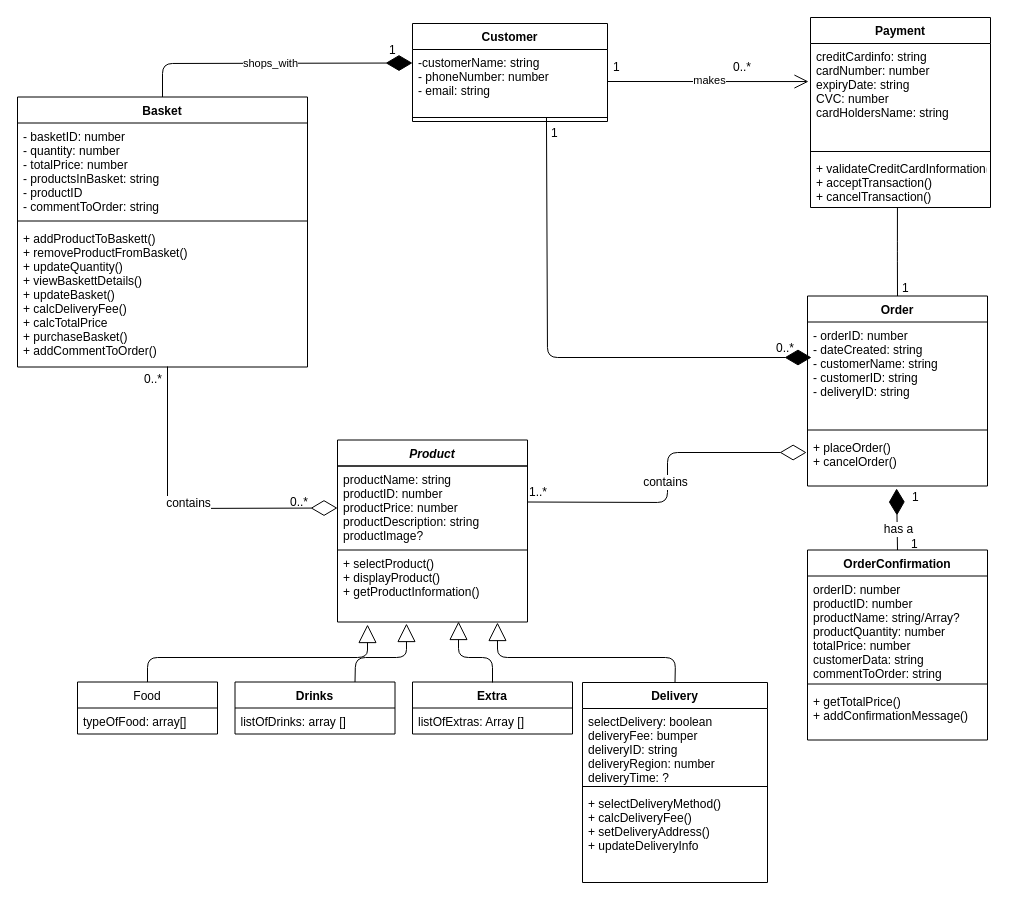
akpe19ab/Sloth-Systems keeps this draw.io diagram as Untitled Diagram.drawio. Above is the earlier version. Source tidied: cells renumbered, new cells numbered last; positions are measured from the earlier drawing's top-left corner, leaving out a move shared by most shapes. Both pictures are drawn from the tidied source at 100%, with x=0, y=0 at pixel (17, 17).
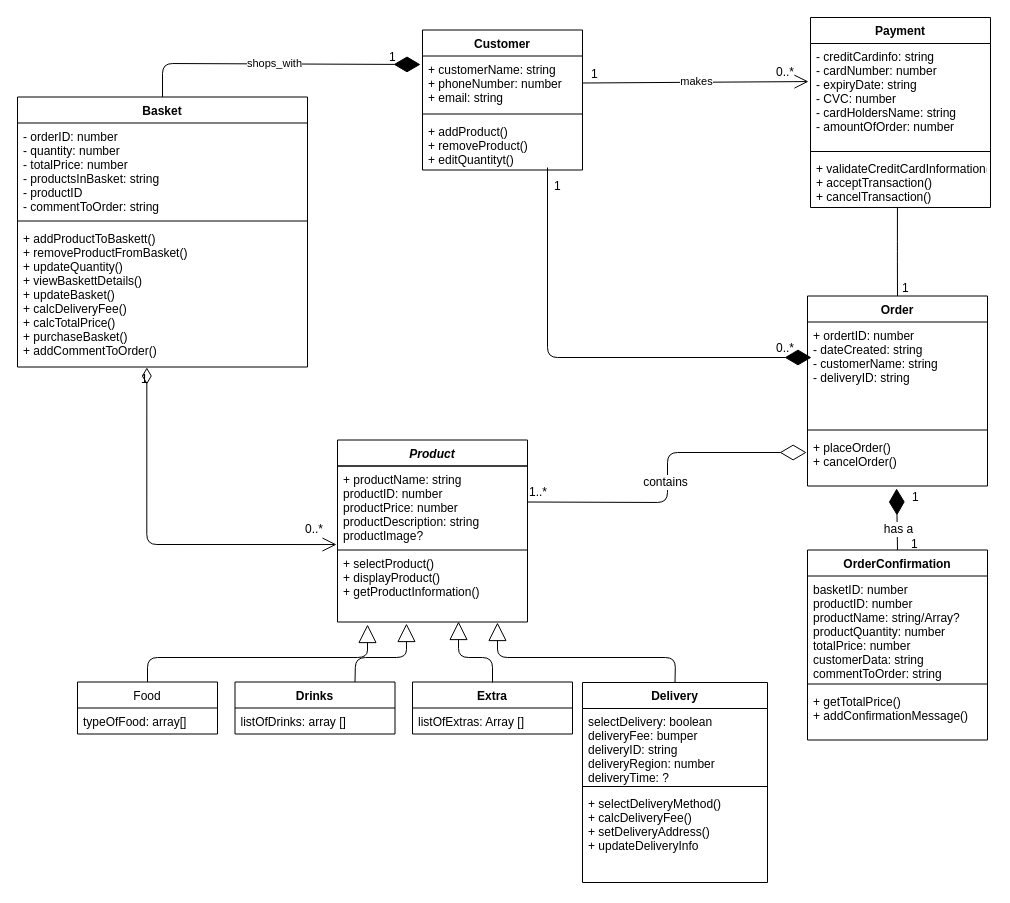
The same diagram, later.

The change refers to these unchanged cells:
```xml
<mxCell id="5" value="Product" style="swimlane;fontStyle=3;align=center;verticalAlign=top;horizontal=1;startSize=26;" parent="1" vertex="1">
  <mxGeometry x="320" y="422.5" width="190" height="182" as="geometry" />
</mxCell>
<mxCell id="8" value="Basket" style="swimlane;fontStyle=1;align=center;verticalAlign=top;horizontal=1;startSize=26;" parent="1" vertex="1">
  <mxGeometry y="79.5" width="290" height="270" as="geometry" />
</mxCell>
<mxCell id="12" value="Payment" style="swimlane;fontStyle=1;align=center;verticalAlign=top;horizontal=1;startSize=26;strokeColor=#000000;" parent="1" vertex="1">
  <mxGeometry x="793" width="180" height="190" as="geometry" />
</mxCell>
<mxCell id="27" value="Order" style="swimlane;fontStyle=1;align=center;verticalAlign=top;horizontal=1;startSize=26;strokeColor=#000000;" parent="1" vertex="1">
  <mxGeometry x="790" y="278.5" width="180" height="190" as="geometry" />
</mxCell>
<mxCell id="31" value="OrderConfirmation" style="swimlane;fontStyle=1;align=center;verticalAlign=top;horizontal=1;startSize=26;strokeColor=#000000;" parent="1" vertex="1">
  <mxGeometry x="790" y="532.5" width="180" height="190" as="geometry" />
</mxCell>
```

The edit, as a diff of the source:
```diff
@@
-    <mxCell id="2" value="Customer" style="swimlane;fontStyle=1;align=center;verticalAlign=top;horizontal=1;startSize=26;" parent="1" vertex="1">
-      <mxGeometry x="395" y="6" width="195" height="98" as="geometry" />
-    </mxCell>
-    <mxCell id="3" value="-customerName: string&#10;- phoneNumber: number&#10;- email: string&#10;" style="text;strokeColor=none;fillColor=none;align=left;verticalAlign=top;spacingLeft=4;spacingRight=4;overflow=hidden;points=[[0,0.5],[1,0.5]];portConstraint=eastwest;" parent="2" vertex="1">
-      <mxGeometry y="26" width="195" height="64" as="geometry" />
-    </mxCell>
-    <mxCell id="4" style="line;strokeWidth=1;fillColor=none;align=left;verticalAlign=middle;spacingTop=-1;spacingLeft=3;spacingRight=3;labelPosition=right;points=[];portConstraint=eastwest;" parent="2" vertex="1">
-      <mxGeometry y="90" width="195" height="8" as="geometry" />
-    </mxCell>
@@
-    <mxCell id="6" value="productName: string &#10;productID: number&#10;productPrice: number&#10;productDescription: string&#10;productImage?" style="text;strokeColor=#000000;fillColor=none;align=left;verticalAlign=top;spacingLeft=4;spacingRight=4;overflow=hidden;points=[[0,0.5],[1,0.5]];portConstraint=eastwest;" parent="5" vertex="1">
+    <mxCell id="6" value="+ productName: string &#10;productID: number&#10;productPrice: number&#10;productDescription: string&#10;productImage?" style="text;strokeColor=#000000;fillColor=none;align=left;verticalAlign=top;spacingLeft=4;spacingRight=4;overflow=hidden;points=[[0,0.5],[1,0.5]];portConstraint=eastwest;" parent="5" vertex="1">
       <mxGeometry y="26" width="190" height="84" as="geometry" />
     </mxCell>
@@
-    <mxCell id="9" value="- basketID: number&#10;- quantity: number&#10;- totalPrice: number&#10;- productsInBasket: string&#10;- productID&#10;- commentToOrder: string&#10;&#10;" style="text;strokeColor=none;fillColor=none;align=left;verticalAlign=top;spacingLeft=4;spacingRight=4;overflow=hidden;" parent="8" vertex="1">
+    <mxCell id="9" value="- orderID: number&#10;- quantity: number&#10;- totalPrice: number&#10;- productsInBasket: string&#10;- productID&#10;- commentToOrder: string&#10;&#10;" style="text;strokeColor=none;fillColor=none;align=left;verticalAlign=top;spacingLeft=4;spacingRight=4;overflow=hidden;" parent="8" vertex="1">
       <mxGeometry y="26" width="290" height="94" as="geometry" />
     </mxCell>
@@
-    <mxCell id="11" value="+ addProductToBaskett()&#10;+ removeProductFromBasket()&#10;+ updateQuantity()&#10;+ viewBaskettDetails()&#10;+ updateBasket()&#10;+ calcDeliveryFee()&#10;+ calcTotalPrice&#10;+ purchaseBasket()&#10;+ addCommentToOrder()&#10;" style="text;strokeColor=none;fillColor=none;align=left;verticalAlign=top;spacingLeft=4;spacingRight=4;overflow=hidden;" parent="8" vertex="1">
+    <mxCell id="11" value="+ addProductToBaskett()&#10;+ removeProductFromBasket()&#10;+ updateQuantity()&#10;+ viewBaskettDetails()&#10;+ updateBasket()&#10;+ calcDeliveryFee()&#10;+ calcTotalPrice()&#10;+ purchaseBasket()&#10;+ addCommentToOrder()&#10;" style="text;strokeColor=none;fillColor=none;align=left;verticalAlign=top;spacingLeft=4;spacingRight=4;overflow=hidden;" parent="8" vertex="1">
       <mxGeometry y="128" width="290" height="142" as="geometry" />
     </mxCell>
@@
-    <mxCell id="13" value="creditCardinfo: string&#10;cardNumber: number&#10;expiryDate: string&#10;CVC: number&#10;cardHoldersName: string" style="text;strokeColor=none;fillColor=none;align=left;verticalAlign=top;spacingLeft=4;spacingRight=4;overflow=hidden;points=[[0,0.5],[1,0.5]];portConstraint=eastwest;" parent="12" vertex="1">
+    <mxCell id="13" value="- creditCardinfo: string&#10;- cardNumber: number&#10;- expiryDate: string&#10;- CVC: number&#10;- cardHoldersName: string&#10;- amountOfOrder: number" style="text;strokeColor=none;fillColor=none;align=left;verticalAlign=top;spacingLeft=4;spacingRight=4;overflow=hidden;points=[[0,0.5],[1,0.5]];portConstraint=eastwest;" parent="12" vertex="1">
       <mxGeometry y="26" width="180" height="104" as="geometry" />
     </mxCell>
@@
-    <mxCell id="28" value="- orderID: number&#10;- dateCreated: string&#10;- customerName: string&#10;- customerID: string&#10;- deliveryID: string" style="text;strokeColor=none;fillColor=none;align=left;verticalAlign=top;spacingLeft=4;spacingRight=4;overflow=hidden;" parent="27" vertex="1">
+    <mxCell id="28" value="+ ordertID: number&#10;- dateCreated: string&#10;- customerName: string&#10;- deliveryID: string" style="text;strokeColor=none;fillColor=none;align=left;verticalAlign=top;spacingLeft=4;spacingRight=4;overflow=hidden;" parent="27" vertex="1">
       <mxGeometry y="26" width="180" height="104" as="geometry" />
     </mxCell>
@@
-    <mxCell id="32" value="orderID: number&#10;productID: number&#10;productName: string/Array?&#10;productQuantity: number&#10;totalPrice: number&#10;customerData: string&#10;commentToOrder: string" style="text;strokeColor=none;fillColor=none;align=left;verticalAlign=top;spacingLeft=4;spacingRight=4;overflow=hidden;" parent="31" vertex="1">
+    <mxCell id="32" value="basketID: number&#10;productID: number&#10;productName: string/Array?&#10;productQuantity: number&#10;totalPrice: number&#10;customerData: string&#10;commentToOrder: string" style="text;strokeColor=none;fillColor=none;align=left;verticalAlign=top;spacingLeft=4;spacingRight=4;overflow=hidden;" parent="31" vertex="1">
       <mxGeometry y="26" width="180" height="104" as="geometry" />
     </mxCell>
@@
     <mxCell id="35" value="shops_with" style="endArrow=diamondThin;endFill=1;endSize=24;html=1;exitX=0.5;exitY=0;exitDx=0;exitDy=0;" parent="1" edge="1" source="8">
       <mxGeometry relative="1" as="geometry">
-        <mxPoint x="395" y="45.5" as="targetPoint" />
+        <mxPoint x="403" y="47" as="targetPoint" />
         <Array as="points">
           <mxPoint x="145" y="46" />
         </Array>
       </mxGeometry>
     </mxCell>
-    <mxCell id="36" style="endArrow=diamondThin;endFill=0;endSize=24;html=1;entryX=0;entryY=0.5;entryDx=0;entryDy=0;" parent="1" edge="1" target="6">
-      <mxGeometry relative="1" as="geometry">
-        <mxPoint x="150" y="349" as="sourcePoint" />
-        <Array as="points">
-          <mxPoint x="150" y="491" />
-        </Array>
-      </mxGeometry>
-    </mxCell>
-    <mxCell id="37" value="contains" style="text;html=1;align=center;verticalAlign=middle;labelBackgroundColor=#ffffff;" parent="36" vertex="1">
-      <mxGeometry x="-0.11" y="20" relative="1" as="geometry">
-        <mxPoint y="-3" as="offset" />
-      </mxGeometry>
-    </mxCell>
-    <mxCell id="38" value="0..*" style="text;html=1;points=[];align=left;verticalAlign=top;spacingTop=-4;" parent="1" vertex="1">
-      <mxGeometry x="125" y="351.5" width="30" height="10" as="geometry" />
+    <mxCell id="38" value="1&lt;br&gt;" style="text;html=1;points=[];align=left;verticalAlign=top;spacingTop=-4;" parent="1" vertex="1">
+      <mxGeometry x="122" y="351.5" width="20" height="10" as="geometry" />
     </mxCell>
     <mxCell id="39" value="0..*" style="text;html=1;align=left;verticalAlign=top;spacingTop=-4;" parent="1" vertex="1">
-      <mxGeometry x="271" y="475" width="30" height="10" as="geometry" />
+      <mxGeometry x="286" y="502" width="30" height="10" as="geometry" />
     </mxCell>
     <mxCell id="40" value="1" style="text;html=1;align=left;verticalAlign=top;spacingTop=-4;" parent="1" vertex="1">
-      <mxGeometry x="370" y="23" width="20" height="10" as="geometry" />
+      <mxGeometry x="370" y="30" width="20" height="10" as="geometry" />
     </mxCell>
@@
-    <mxCell id="45" value="makes" style="endArrow=open;endFill=1;endSize=12;html=1;entryX=-0.011;entryY=0.366;entryDx=0;entryDy=0;entryPerimeter=0;exitX=1;exitY=0.5;exitDx=0;exitDy=0;" parent="1" edge="1" source="3" target="13">
+    <mxCell id="45" value="makes" style="endArrow=open;endFill=1;endSize=12;html=1;entryX=-0.011;entryY=0.366;entryDx=0;entryDy=0;entryPerimeter=0;exitX=1;exitY=0.5;exitDx=0;exitDy=0;" parent="1" edge="1" source="63" target="13">
       <mxGeometry x="0.01" y="1" relative="1" as="geometry" />
     </mxCell>
     <mxCell id="46" value="1" style="text;html=1;align=left;verticalAlign=top;spacingTop=-4;" parent="1" vertex="1">
-      <mxGeometry x="594" y="40" width="20" height="10" as="geometry" />
+      <mxGeometry x="571.5" y="47" width="20" height="10" as="geometry" />
     </mxCell>
     <mxCell id="47" value="0..*" style="text;html=1;align=left;verticalAlign=top;spacingTop=-4;" parent="1" vertex="1">
-      <mxGeometry x="714" y="40" width="30" height="10" as="geometry" />
+      <mxGeometry x="757" y="45" width="30" height="10" as="geometry" />
     </mxCell>
@@
-    <mxCell id="59" style="endArrow=diamondThin;endFill=1;endSize=24;html=1;exitX=0.687;exitY=0.502;exitDx=0;exitDy=0;exitPerimeter=0;" parent="1" edge="1" source="4">
+    <mxCell id="59" style="endArrow=diamondThin;endFill=1;endSize=24;html=1;" parent="1" edge="1">
       <mxGeometry relative="1" as="geometry">
+        <mxPoint x="530" y="150" as="sourcePoint" />
         <mxPoint x="794" y="340" as="targetPoint" />
         <Array as="points">
           <mxPoint x="530" y="340" />
         </Array>
       </mxGeometry>
     </mxCell>
@@
     <mxCell id="61" value="1&lt;br&gt;" style="text;html=1;align=left;verticalAlign=top;spacingTop=-4;" parent="1" vertex="1">
-      <mxGeometry x="531.5" y="105.5" width="20" height="10" as="geometry" />
+      <mxGeometry x="535" y="159" width="20" height="10" as="geometry" />
     </mxCell>
+    <mxCell id="62" style="endArrow=open;html=1;endSize=12;startArrow=diamondThin;startSize=14;startFill=0;edgeStyle=orthogonalEdgeStyle;align=left;verticalAlign=bottom;exitX=0.367;exitY=-0.15;exitDx=0;exitDy=0;exitPerimeter=0;entryX=-0.005;entryY=0.935;entryDx=0;entryDy=0;entryPerimeter=0;" parent="1" edge="1" source="38" target="6">
+      <mxGeometry x="0.29" y="207" relative="1" as="geometry" />
+    </mxCell>
+    <mxCell id="2" value="Customer" style="swimlane;fontStyle=1;align=center;verticalAlign=top;horizontal=1;startSize=26;" parent="1" vertex="1">
+      <mxGeometry x="405" y="12.5" width="160" height="140" as="geometry" />
+    </mxCell>
+    <mxCell id="63" value="+ customerName: string&#10;+ phoneNumber: number&#10;+ email: string" style="text;strokeColor=none;fillColor=none;align=left;verticalAlign=top;spacingLeft=4;spacingRight=4;overflow=hidden;points=[[0,0.5],[1,0.5]];portConstraint=eastwest;" parent="2" vertex="1">
+      <mxGeometry y="26" width="160" height="54" as="geometry" />
+    </mxCell>
+    <mxCell id="64" style="line;strokeWidth=1;fillColor=none;align=left;verticalAlign=middle;spacingTop=-1;spacingLeft=3;spacingRight=3;labelPosition=right;" parent="2" vertex="1">
+      <mxGeometry y="80" width="160" height="8" as="geometry" />
+    </mxCell>
+    <mxCell id="65" value="+ addProduct()&#10;+ removeProduct()&#10;+ editQuantityt()" style="text;strokeColor=none;fillColor=none;align=left;verticalAlign=top;spacingLeft=4;spacingRight=4;overflow=hidden;" parent="2" vertex="1">
+      <mxGeometry y="88" width="160" height="52" as="geometry" />
+    </mxCell>
```
